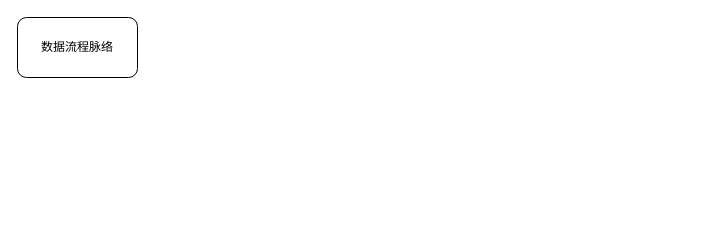
Earlier version of the draw.io diagram page "BI System" (4 of 5) of 结构分析.drawio (uiosun/diagrams). Source tidied: cells renumbered, new cells numbered last; positions are measured from the earlier drawing's top-left corner, leaving out a move shared by most shapes. Both pictures are drawn from the tidied source at 100%, with x=0, y=0 at pixel (17, 17).
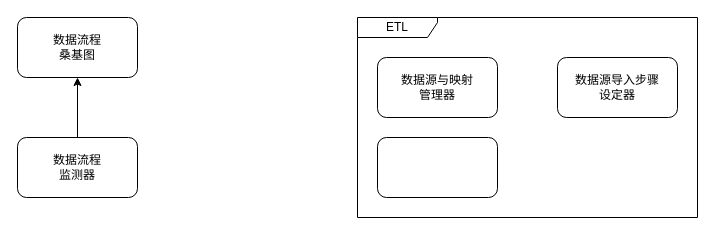
The same diagram, later.

The edit, as a diff of the source:
```diff
@@
 <mxGraphModel>
   <root>
     <mxCell id="0" />
     <mxCell id="1" parent="0" />
-    <mxCell id="2" value="数据流程脉络" style="rounded=1;whiteSpace=wrap;html=1;" parent="1" vertex="1">
+    <mxCell id="2" value="数据流程&lt;br&gt;桑基图" style="rounded=1;whiteSpace=wrap;html=1;" parent="1" vertex="1">
       <mxGeometry width="120" height="60" as="geometry" />
     </mxCell>
+    <mxCell id="3" value="ETL" style="shape=umlFrame;whiteSpace=wrap;html=1;width=80;height=20;" parent="1" vertex="1">
+      <mxGeometry x="340" width="340" height="200" as="geometry" />
+    </mxCell>
+    <mxCell id="4" value="数据源与映射&lt;br&gt;管理器" style="rounded=1;whiteSpace=wrap;html=1;" parent="3" vertex="1">
+      <mxGeometry x="20" y="40" width="120" height="60" as="geometry" />
+    </mxCell>
+    <mxCell id="5" value="数据源导入步骤&lt;br&gt;设定器" style="rounded=1;whiteSpace=wrap;html=1;" parent="3" vertex="1">
+      <mxGeometry x="200" y="40" width="120" height="60" as="geometry" />
+    </mxCell>
+    <mxCell id="6" style="rounded=1;whiteSpace=wrap;html=1;" parent="3" vertex="1">
+      <mxGeometry x="20" y="120" width="120" height="60" as="geometry" />
+    </mxCell>
+    <mxCell id="7" style="edgeStyle=orthogonalEdgeStyle;rounded=0;jettySize=auto;html=1;" parent="1" edge="1" source="8" target="2">
+      <mxGeometry relative="1" as="geometry" />
+    </mxCell>
+    <mxCell id="8" value="数据流程&lt;br&gt;监测器" style="rounded=1;whiteSpace=wrap;html=1;" parent="1" vertex="1">
+      <mxGeometry y="120" width="120" height="60" as="geometry" />
+    </mxCell>
   </root>
 </mxGraphModel>
```
